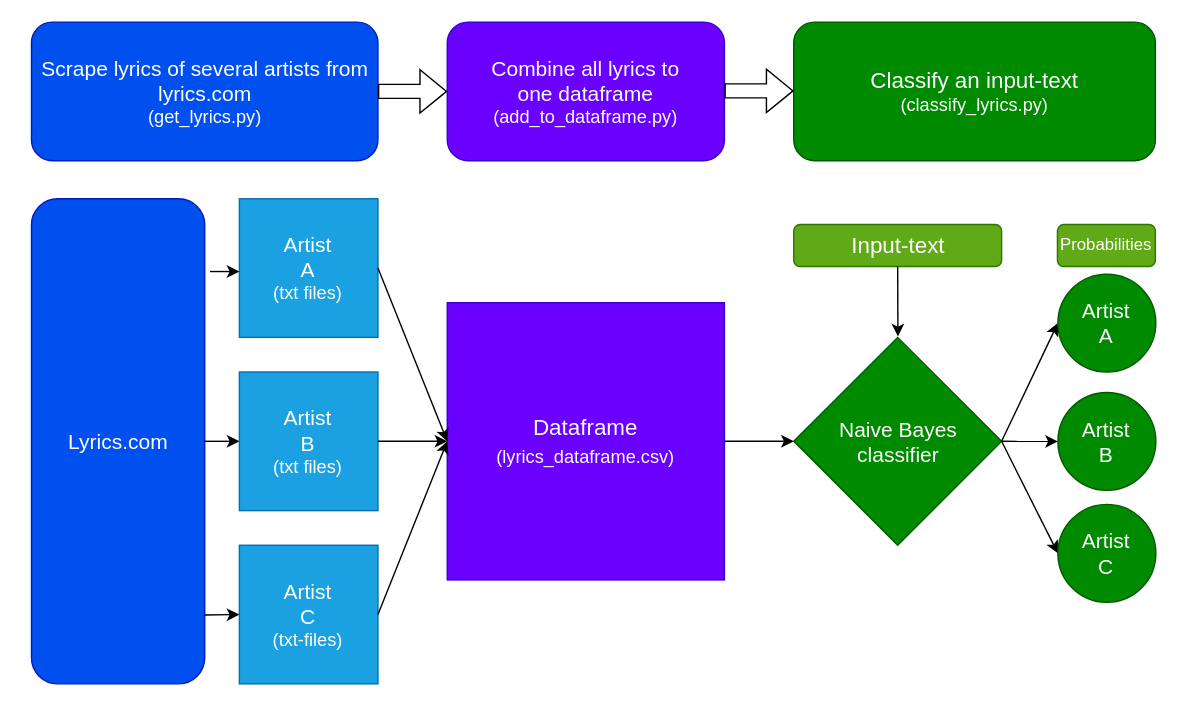
Before: img/lyrics_classifier.svg, a diagram exported from draw.io (to-schi/classify-lyrics). Source tidied: cells renumbered, new cells last; positions are measured from the earlier drawing's top-left corner, leaving out a move shared by most shapes. Source of this version:
```xml
<mxGraphModel>
  <root>
    <mxCell id="0" />
    <mxCell id="1" parent="0" />
    <mxCell id="2" value="&lt;font&gt;&lt;span style=&quot;font-size: 15px&quot;&gt;Artist&lt;/span&gt;&lt;br&gt;&lt;span style=&quot;font-size: 15px&quot;&gt;A&lt;/span&gt;&lt;br&gt;&lt;font style=&quot;font-size: 13px&quot;&gt;(txt files)&lt;/font&gt;&lt;/font&gt;" style="whiteSpace=wrap;html=1;fillColor=#1ba1e2;strokeColor=#006EAF;fontColor=#ffffff;" parent="1" vertex="1">
      <mxGeometry x="148.3" y="126.6" width="99" height="99" as="geometry" />
    </mxCell>
    <mxCell id="3" value="&lt;font&gt;&lt;span style=&quot;font-size: 15px&quot;&gt;Artist&lt;/span&gt;&lt;br&gt;&lt;span style=&quot;font-size: 15px&quot;&gt;B&lt;/span&gt;&lt;br&gt;&lt;font style=&quot;font-size: 13px&quot;&gt;(txt files)&lt;/font&gt;&lt;br&gt;&lt;/font&gt;" style="whiteSpace=wrap;html=1;fillColor=#1ba1e2;strokeColor=#006EAF;fontColor=#ffffff;" parent="1" vertex="1">
      <mxGeometry x="148.3" y="250.4" width="99" height="99" as="geometry" />
    </mxCell>
    <mxCell id="4" value="&lt;font&gt;&lt;span style=&quot;font-size: 15px&quot;&gt;Scrape lyrics of several artists from lyrics.com&lt;/span&gt;&lt;br&gt;&lt;font style=&quot;font-size: 13px&quot;&gt;(get_lyrics.py)&lt;/font&gt;&lt;br&gt;&lt;/font&gt;" style="rounded=1;whiteSpace=wrap;html=1;fillColor=#0050ef;fontColor=#ffffff;strokeColor=#001DBC;" parent="1" vertex="1">
      <mxGeometry x="-0.2" y="0.3" width="247.6" height="99" as="geometry" />
    </mxCell>
    <mxCell id="5" value="&lt;font&gt;&lt;span style=&quot;font-size: 15px&quot;&gt;Artist&lt;/span&gt;&lt;br&gt;&lt;span style=&quot;font-size: 15px&quot;&gt;C&lt;/span&gt;&lt;br&gt;&lt;font style=&quot;font-size: 13px&quot;&gt;(txt-files)&lt;/font&gt;&lt;br&gt;&lt;/font&gt;" style="whiteSpace=wrap;html=1;fillColor=#1ba1e2;strokeColor=#006EAF;fontColor=#ffffff;" parent="1" vertex="1">
      <mxGeometry x="148.3" y="374.2" width="99" height="99" as="geometry" />
    </mxCell>
    <mxCell id="6" value="&lt;font&gt;&lt;span style=&quot;font-size: 15px&quot;&gt;Combine all lyrics to &lt;/span&gt;&lt;br&gt;&lt;span style=&quot;font-size: 15px&quot;&gt;one dataframe &lt;/span&gt;&lt;br&gt;&lt;font style=&quot;font-size: 13px&quot;&gt;(add_to_dataframe.py)&lt;/font&gt;&lt;/font&gt;" style="rounded=1;whiteSpace=wrap;html=1;fillColor=#6a00ff;fontColor=#ffffff;strokeColor=#3700CC;" parent="1" vertex="1">
      <mxGeometry x="296.9" y="0.3" width="198.1" height="99" as="geometry" />
    </mxCell>
    <mxCell id="7" value="Input-text" style="rounded=1;whiteSpace=wrap;html=1;fontSize=16;fillColor=#60a917;strokeColor=#2D7600;fontColor=#ffffff;" parent="1" vertex="1">
      <mxGeometry x="544.5" y="145" width="148.6" height="30" as="geometry" />
    </mxCell>
    <mxCell id="8" value="&lt;font&gt;&lt;span style=&quot;font-size: 16px&quot;&gt;Classify an input-text&lt;/span&gt;&lt;br&gt;&lt;font style=&quot;font-size: 13px&quot;&gt;(classify_lyrics.py)&lt;/font&gt;&lt;br&gt;&lt;/font&gt;" style="rounded=1;whiteSpace=wrap;html=1;fillColor=#008a00;fontColor=#ffffff;strokeColor=#005700;" parent="1" vertex="1">
      <mxGeometry x="544.5" y="0.3" width="258.5" height="99" as="geometry" />
    </mxCell>
    <mxCell id="9" value="Dataframe &lt;br&gt;&lt;font style=&quot;font-size: 13px&quot;&gt;(lyrics_dataframe.csv)&lt;/font&gt;" style="whiteSpace=wrap;html=1;fontSize=16;fillColor=#6a00ff;strokeColor=#3700CC;fontColor=#ffffff;" parent="1" vertex="1">
      <mxGeometry x="296.9" y="200.9" width="198.1" height="198.1" as="geometry" />
    </mxCell>
    <mxCell id="10" value="&lt;font style=&quot;font-size: 15px&quot;&gt;Lyrics.com&lt;/font&gt;" style="rounded=1;whiteSpace=wrap;html=1;fontSize=16;fillColor=#0050ef;fontColor=#ffffff;strokeColor=#001DBC;" parent="1" vertex="1">
      <mxGeometry x="-0.2" y="126.6" width="123.8" height="346.7" as="geometry" />
    </mxCell>
    <mxCell id="11" style="endArrow=classic;html=1;rounded=0;fontSize=16;exitX=1.03;exitY=0.15;exitDx=0;exitDy=0;exitPerimeter=0;" parent="1" edge="1" source="10">
      <mxGeometry relative="1" as="geometry">
        <mxPoint x="148.3" y="178.6" as="targetPoint" />
      </mxGeometry>
    </mxCell>
    <mxCell id="12" style="endArrow=classic;html=1;rounded=0;fontSize=16;exitX=1.001;exitY=0.858;exitDx=0;exitDy=0;exitPerimeter=0;entryX=0;entryY=0.5;entryDx=0;entryDy=0;" parent="1" edge="1" source="10" target="5">
      <mxGeometry relative="1" as="geometry" />
    </mxCell>
    <mxCell id="13" style="endArrow=classic;html=1;rounded=0;fontSize=16;exitX=1;exitY=0.5;exitDx=0;exitDy=0;entryX=0;entryY=0.5;entryDx=0;entryDy=0;" parent="1" edge="1" source="10" target="3">
      <mxGeometry relative="1" as="geometry" />
    </mxCell>
    <mxCell id="14" style="endArrow=classic;html=1;rounded=0;fontSize=16;exitX=1;exitY=0.5;exitDx=0;exitDy=0;entryX=0;entryY=0.5;entryDx=0;entryDy=0;" parent="1" edge="1" source="2" target="9">
      <mxGeometry relative="1" as="geometry" />
    </mxCell>
    <mxCell id="15" style="endArrow=classic;html=1;rounded=0;fontSize=16;exitX=1;exitY=0.5;exitDx=0;exitDy=0;entryX=0;entryY=0.5;entryDx=0;entryDy=0;" parent="1" edge="1" source="3" target="9">
      <mxGeometry relative="1" as="geometry" />
    </mxCell>
    <mxCell id="16" style="endArrow=classic;html=1;rounded=0;fontSize=16;exitX=1;exitY=0.5;exitDx=0;exitDy=0;entryX=0;entryY=0.5;entryDx=0;entryDy=0;" parent="1" edge="1" source="5" target="9">
      <mxGeometry relative="1" as="geometry" />
    </mxCell>
    <mxCell id="17" value="Naive Bayes&lt;br&gt;classifier" style="rhombus;whiteSpace=wrap;html=1;fontSize=15;fillColor=#008a00;fontColor=#ffffff;strokeColor=#005700;" parent="1" vertex="1">
      <mxGeometry x="544.5" y="225.6" width="148.6" height="148.6" as="geometry" />
    </mxCell>
    <mxCell id="18" style="endArrow=classic;html=1;rounded=0;fontSize=15;exitX=1;exitY=0.5;exitDx=0;exitDy=0;entryX=0;entryY=0.5;entryDx=0;entryDy=0;" parent="1" edge="1" source="9" target="17">
      <mxGeometry relative="1" as="geometry" />
    </mxCell>
    <mxCell id="19" style="endArrow=classic;html=1;rounded=0;fontSize=15;exitX=1;exitY=0.5;exitDx=0;exitDy=0;entryX=0;entryY=0.5;entryDx=0;entryDy=0;" parent="1" edge="1" source="17" target="26">
      <mxGeometry relative="1" as="geometry" />
    </mxCell>
    <mxCell id="20" style="shape=flexArrow;endArrow=classic;html=1;rounded=0;fontSize=15;exitX=1;exitY=0.5;exitDx=0;exitDy=0;entryX=0;entryY=0.5;entryDx=0;entryDy=0;" parent="1" edge="1" source="4" target="6">
      <mxGeometry relative="1" as="geometry" />
    </mxCell>
    <mxCell id="21" style="shape=flexArrow;endArrow=classic;html=1;rounded=0;fontSize=15;exitX=1;exitY=0.5;exitDx=0;exitDy=0;entryX=0;entryY=0.5;entryDx=0;entryDy=0;" parent="1" edge="1">
      <mxGeometry relative="1" as="geometry">
        <mxPoint x="495" y="49.5" as="sourcePoint" />
        <mxPoint x="544.5" y="49.5" as="targetPoint" />
      </mxGeometry>
    </mxCell>
    <mxCell id="22" value="Probabilities" style="rounded=1;whiteSpace=wrap;html=1;fillColor=#60a917;fontColor=#ffffff;strokeColor=#2D7600;" parent="1" vertex="1">
      <mxGeometry x="733" y="145" width="70" height="30" as="geometry" />
    </mxCell>
    <mxCell id="23" value="Artist&lt;br&gt;B" style="ellipse;whiteSpace=wrap;html=1;fontSize=15;fillColor=#008a00;fontColor=#ffffff;strokeColor=#005700;" parent="1" vertex="1">
      <mxGeometry x="733.3" y="265" width="70" height="70" as="geometry" />
    </mxCell>
    <mxCell id="24" style="endArrow=classic;html=1;rounded=0;exitX=1;exitY=0.5;exitDx=0;exitDy=0;entryX=0;entryY=0.5;entryDx=0;entryDy=0;" parent="1" edge="1" source="17" target="23">
      <mxGeometry relative="1" as="geometry" />
    </mxCell>
    <mxCell id="25" style="endArrow=classic;html=1;rounded=0;exitX=1;exitY=0.5;exitDx=0;exitDy=0;entryX=0;entryY=0.5;entryDx=0;entryDy=0;" parent="1" edge="1" source="17" target="27">
      <mxGeometry relative="1" as="geometry" />
    </mxCell>
    <mxCell id="26" value="Artist&lt;br&gt;A" style="ellipse;whiteSpace=wrap;html=1;fontSize=15;fillColor=#008a00;fontColor=#ffffff;strokeColor=#005700;" parent="1" vertex="1">
      <mxGeometry x="733.3" y="180.4" width="70" height="70" as="geometry" />
    </mxCell>
    <mxCell id="27" value="Artist&lt;br&gt;C" style="ellipse;whiteSpace=wrap;html=1;fontSize=15;fillColor=#008a00;fontColor=#ffffff;strokeColor=#005700;" parent="1" vertex="1">
      <mxGeometry x="733.3" y="345" width="70" height="70" as="geometry" />
    </mxCell>
    <mxCell id="28" style="endArrow=classic;html=1;rounded=0;exitX=0.5;exitY=1;exitDx=0;exitDy=0;" parent="1" edge="1" source="7">
      <mxGeometry relative="1" as="geometry">
        <mxPoint x="619" y="225" as="targetPoint" />
      </mxGeometry>
    </mxCell>
  </root>
</mxGraphModel>
```
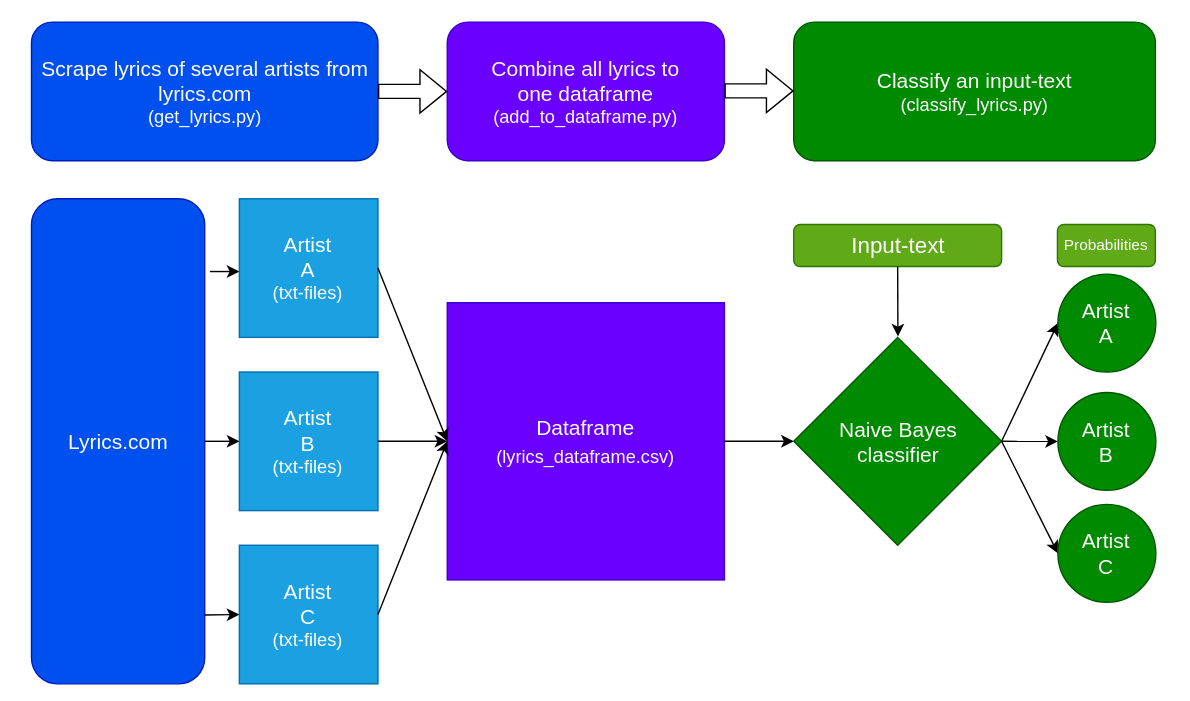
Above is the later version.

What changed in the source:
```diff
@@ -2,10 +2,10 @@
   <root>
     <mxCell id="0" />
     <mxCell id="1" parent="0" />
-    <mxCell id="2" value="&lt;font&gt;&lt;span style=&quot;font-size: 15px&quot;&gt;Artist&lt;/span&gt;&lt;br&gt;&lt;span style=&quot;font-size: 15px&quot;&gt;A&lt;/span&gt;&lt;br&gt;&lt;font style=&quot;font-size: 13px&quot;&gt;(txt files)&lt;/font&gt;&lt;/font&gt;" style="whiteSpace=wrap;html=1;fillColor=#1ba1e2;strokeColor=#006EAF;fontColor=#ffffff;" parent="1" vertex="1">
+    <mxCell id="2" value="&lt;font&gt;&lt;span style=&quot;font-size: 15px&quot;&gt;Artist&lt;/span&gt;&lt;br&gt;&lt;span style=&quot;font-size: 15px&quot;&gt;A&lt;/span&gt;&lt;br&gt;&lt;font style=&quot;font-size: 13px&quot;&gt;(txt-files)&lt;/font&gt;&lt;/font&gt;" style="whiteSpace=wrap;html=1;fillColor=#1ba1e2;strokeColor=#006EAF;fontColor=#ffffff;" parent="1" vertex="1">
       <mxGeometry x="148.3" y="126.6" width="99" height="99" as="geometry" />
     </mxCell>
-    <mxCell id="3" value="&lt;font&gt;&lt;span style=&quot;font-size: 15px&quot;&gt;Artist&lt;/span&gt;&lt;br&gt;&lt;span style=&quot;font-size: 15px&quot;&gt;B&lt;/span&gt;&lt;br&gt;&lt;font style=&quot;font-size: 13px&quot;&gt;(txt files)&lt;/font&gt;&lt;br&gt;&lt;/font&gt;" style="whiteSpace=wrap;html=1;fillColor=#1ba1e2;strokeColor=#006EAF;fontColor=#ffffff;" parent="1" vertex="1">
+    <mxCell id="3" value="&lt;font&gt;&lt;span style=&quot;font-size: 15px&quot;&gt;Artist&lt;/span&gt;&lt;br&gt;&lt;span style=&quot;font-size: 15px&quot;&gt;B&lt;/span&gt;&lt;br&gt;&lt;font style=&quot;font-size: 13px&quot;&gt;(txt-files)&lt;/font&gt;&lt;br&gt;&lt;/font&gt;" style="whiteSpace=wrap;html=1;fillColor=#1ba1e2;strokeColor=#006EAF;fontColor=#ffffff;" parent="1" vertex="1">
       <mxGeometry x="148.3" y="250.4" width="99" height="99" as="geometry" />
     </mxCell>
     <mxCell id="4" value="&lt;font&gt;&lt;span style=&quot;font-size: 15px&quot;&gt;Scrape lyrics of several artists from lyrics.com&lt;/span&gt;&lt;br&gt;&lt;font style=&quot;font-size: 13px&quot;&gt;(get_lyrics.py)&lt;/font&gt;&lt;br&gt;&lt;/font&gt;" style="rounded=1;whiteSpace=wrap;html=1;fillColor=#0050ef;fontColor=#ffffff;strokeColor=#001DBC;" parent="1" vertex="1">
@@ -20,10 +20,10 @@
     <mxCell id="7" value="Input-text" style="rounded=1;whiteSpace=wrap;html=1;fontSize=16;fillColor=#60a917;strokeColor=#2D7600;fontColor=#ffffff;" parent="1" vertex="1">
       <mxGeometry x="544.5" y="145" width="148.6" height="30" as="geometry" />
     </mxCell>
-    <mxCell id="8" value="&lt;font&gt;&lt;span style=&quot;font-size: 16px&quot;&gt;Classify an input-text&lt;/span&gt;&lt;br&gt;&lt;font style=&quot;font-size: 13px&quot;&gt;(classify_lyrics.py)&lt;/font&gt;&lt;br&gt;&lt;/font&gt;" style="rounded=1;whiteSpace=wrap;html=1;fillColor=#008a00;fontColor=#ffffff;strokeColor=#005700;" parent="1" vertex="1">
+    <mxCell id="8" value="&lt;font&gt;&lt;span style=&quot;font-size: 15px&quot;&gt;Classify an input-text&lt;/span&gt;&lt;br&gt;&lt;font style=&quot;font-size: 13px&quot;&gt;(classify_lyrics.py)&lt;/font&gt;&lt;br&gt;&lt;/font&gt;" style="rounded=1;whiteSpace=wrap;html=1;fillColor=#008a00;fontColor=#ffffff;strokeColor=#005700;" parent="1" vertex="1">
       <mxGeometry x="544.5" y="0.3" width="258.5" height="99" as="geometry" />
     </mxCell>
-    <mxCell id="9" value="Dataframe &lt;br&gt;&lt;font style=&quot;font-size: 13px&quot;&gt;(lyrics_dataframe.csv)&lt;/font&gt;" style="whiteSpace=wrap;html=1;fontSize=16;fillColor=#6a00ff;strokeColor=#3700CC;fontColor=#ffffff;" parent="1" vertex="1">
+    <mxCell id="9" value="&lt;font style=&quot;font-size: 15px&quot;&gt;Dataframe &lt;/font&gt;&lt;br&gt;&lt;font style=&quot;font-size: 13px&quot;&gt;(lyrics_dataframe.csv)&lt;/font&gt;" style="whiteSpace=wrap;html=1;fontSize=16;fillColor=#6a00ff;strokeColor=#3700CC;fontColor=#ffffff;" parent="1" vertex="1">
       <mxGeometry x="296.9" y="200.9" width="198.1" height="198.1" as="geometry" />
     </mxCell>
     <mxCell id="10" value="&lt;font style=&quot;font-size: 15px&quot;&gt;Lyrics.com&lt;/font&gt;" style="rounded=1;whiteSpace=wrap;html=1;fontSize=16;fillColor=#0050ef;fontColor=#ffffff;strokeColor=#001DBC;" parent="1" vertex="1">
@@ -67,7 +67,7 @@
         <mxPoint x="544.5" y="49.5" as="targetPoint" />
       </mxGeometry>
     </mxCell>
-    <mxCell id="22" value="Probabilities" style="rounded=1;whiteSpace=wrap;html=1;fillColor=#60a917;fontColor=#ffffff;strokeColor=#2D7600;" parent="1" vertex="1">
+    <mxCell id="22" value="&lt;font style=&quot;font-size: 11px&quot;&gt;Probabilities&lt;/font&gt;" style="rounded=1;whiteSpace=wrap;html=1;fillColor=#60a917;fontColor=#ffffff;strokeColor=#2D7600;" parent="1" vertex="1">
       <mxGeometry x="733" y="145" width="70" height="30" as="geometry" />
     </mxCell>
     <mxCell id="23" value="Artist&lt;br&gt;B" style="ellipse;whiteSpace=wrap;html=1;fontSize=15;fillColor=#008a00;fontColor=#ffffff;strokeColor=#005700;" parent="1" vertex="1">
```
